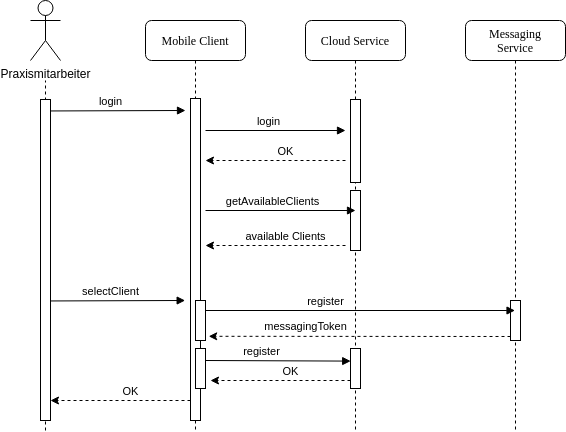
jsvilling/IP6_Bachelorarbeit_Bericht_Cloudbasiertes_Praxisrufsystem keeps this draw.io diagram as src/graphics/diagramms/Sequence_Registration.png. Above is the earlier version. Source tidied: cells renumbered, new cells last; positions are measured from the earlier drawing's top-left corner, leaving out a move shared by most shapes.
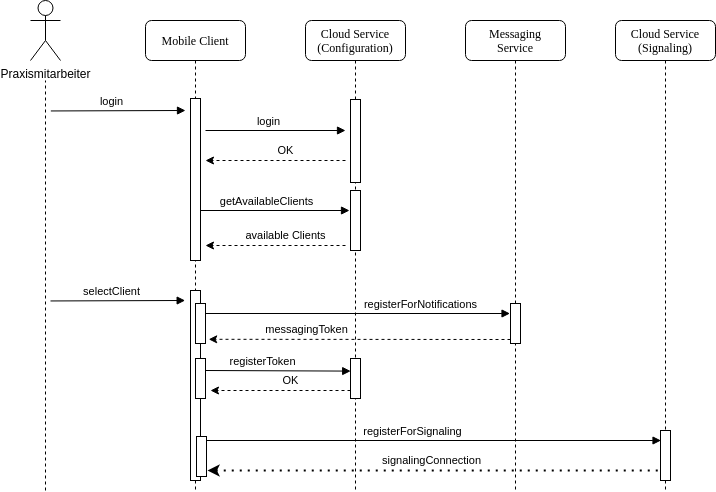
After the commit.

Commit message:
Fix sequence connect establish

What changed in the source:
```diff
@@ -2,20 +2,43 @@
   <root>
     <mxCell id="0" />
     <mxCell id="1" parent="0" />
+    <mxCell id="15" value="getAvailableClients" style="html=1;verticalAlign=bottom;endArrow=block;" parent="1" edge="1">
+      <mxGeometry x="-0.1" relative="1" as="geometry">
+        <mxPoint x="169" y="210" as="sourcePoint" />
+        <mxPoint x="319" y="210" as="targetPoint" />
+      </mxGeometry>
+    </mxCell>
+    <mxCell id="21" value="registerForNotifications" style="html=1;verticalAlign=bottom;endArrow=block;" parent="1" edge="1">
+      <mxGeometry x="0.42" relative="1" as="geometry">
+        <mxPoint x="170" y="313" as="sourcePoint" />
+        <mxPoint x="479.5" y="313" as="targetPoint" />
+      </mxGeometry>
+    </mxCell>
     <mxCell id="2" value="Mobile Client" style="shape=umlLifeline;perimeter=lifelinePerimeter;whiteSpace=wrap;html=1;outlineConnect=0;rounded=1;shadow=0;comic=0;labelBackgroundColor=none;strokeWidth=1;fontFamily=Verdana;fontSize=12;align=center;" parent="1" vertex="1">
-      <mxGeometry x="115" y="20" width="100" height="410" as="geometry" />
+      <mxGeometry x="115" y="20" width="100" height="470" as="geometry" />
     </mxCell>
     <mxCell id="3" style="html=1;perimeter=orthogonalPerimeter;rounded=0;shadow=0;comic=0;labelBackgroundColor=none;strokeWidth=1;fontFamily=Verdana;fontSize=12;align=center;" parent="2" vertex="1">
-      <mxGeometry x="45" y="78" width="10" height="322" as="geometry" />
+      <mxGeometry x="45" y="78" width="10" height="162" as="geometry" />
     </mxCell>
+    <mxCell id="31" value="registerForSignaling" style="html=1;verticalAlign=bottom;endArrow=block;" parent="2" edge="1" source="2">
+      <mxGeometry x="-0.07" relative="1" as="geometry">
+        <mxPoint x="515.5" y="420" as="targetPoint" />
+      </mxGeometry>
+    </mxCell>
+    <mxCell id="32" style="html=1;perimeter=orthogonalPerimeter;rounded=0;shadow=0;comic=0;labelBackgroundColor=none;strokeWidth=1;fontFamily=Verdana;fontSize=12;align=center;" parent="2" vertex="1">
+      <mxGeometry x="45" y="270" width="10" height="190" as="geometry" />
+    </mxCell>
+    <mxCell id="33" style="html=1;perimeter=orthogonalPerimeter;rounded=0;shadow=0;comic=0;labelBackgroundColor=none;strokeWidth=1;fontFamily=Verdana;fontSize=12;align=center;" parent="2" vertex="1">
+      <mxGeometry x="51" y="416" width="10" height="40" as="geometry" />
+    </mxCell>
-    <mxCell id="4" value="Cloud Service" style="shape=umlLifeline;perimeter=lifelinePerimeter;whiteSpace=wrap;html=1;rounded=1;shadow=0;comic=0;labelBackgroundColor=none;strokeWidth=1;fontFamily=Verdana;fontSize=12;align=center;" parent="1" vertex="1">
-      <mxGeometry x="275" y="20" width="100" height="410" as="geometry" />
+    <mxCell id="4" value="Cloud Service&lt;br&gt;(Configuration)" style="shape=umlLifeline;perimeter=lifelinePerimeter;whiteSpace=wrap;html=1;rounded=1;shadow=0;comic=0;labelBackgroundColor=none;strokeWidth=1;fontFamily=Verdana;fontSize=12;align=center;" parent="1" vertex="1">
+      <mxGeometry x="275" y="20" width="100" height="470" as="geometry" />
     </mxCell>
     <mxCell id="5" style="html=1;perimeter=orthogonalPerimeter;rounded=0;shadow=0;comic=0;labelBackgroundColor=none;strokeWidth=1;fontFamily=Verdana;fontSize=12;align=center;" parent="4" vertex="1">
       <mxGeometry x="45" y="170" width="10" height="60" as="geometry" />
     </mxCell>
     <mxCell id="6" value="Messaging&lt;br&gt;Service" style="shape=umlLifeline;perimeter=lifelinePerimeter;whiteSpace=wrap;html=1;outlineConnect=0;rounded=1;shadow=0;comic=0;labelBackgroundColor=none;strokeWidth=1;fontFamily=Verdana;fontSize=12;align=center;" parent="1" vertex="1">
-      <mxGeometry x="435" y="20" width="100" height="410" as="geometry" />
+      <mxGeometry x="435" y="20" width="100" height="470" as="geometry" />
     </mxCell>
     <mxCell id="7" value="login" style="html=1;verticalAlign=bottom;endArrow=block;exitX=1.034;exitY=0.016;exitDx=0;exitDy=0;exitPerimeter=0;" parent="1" edge="1">
       <mxGeometry x="-0.1" relative="1" as="geometry">
@@ -39,13 +62,10 @@
     </mxCell>
     <mxCell id="11" style="endArrow=none;dashed=1;html=1;strokeWidth=1;startArrow=none;" parent="1" edge="1">
       <mxGeometry relative="1" as="geometry">
-        <mxPoint x="15" y="430" as="sourcePoint" />
+        <mxPoint x="15" y="490" as="sourcePoint" />
         <mxPoint x="15" y="80" as="targetPoint" />
       </mxGeometry>
     </mxCell>
-    <mxCell id="12" style="html=1;perimeter=orthogonalPerimeter;rounded=0;shadow=0;comic=0;labelBackgroundColor=none;strokeWidth=1;fontFamily=Verdana;fontSize=12;align=center;" parent="1" vertex="1">
-      <mxGeometry x="10" y="99" width="10" height="321" as="geometry" />
-    </mxCell>
     <mxCell id="13" value="Praxismitarbeiter" style="shape=umlActor;verticalLabelPosition=bottom;verticalAlign=top;html=1;" parent="1" vertex="1">
       <mxGeometry width="30" height="60" as="geometry" />
     </mxCell>
@@ -55,12 +75,6 @@
         <mxPoint x="315" y="130" as="targetPoint" />
       </mxGeometry>
     </mxCell>
-    <mxCell id="15" value="getAvailableClients" style="html=1;verticalAlign=bottom;endArrow=block;" parent="1" edge="1">
-      <mxGeometry x="-0.1" relative="1" as="geometry">
-        <mxPoint x="175" y="210" as="sourcePoint" />
-        <mxPoint x="325" y="210" as="targetPoint" />
-      </mxGeometry>
-    </mxCell>
     <mxCell id="16" style="endArrow=classic;html=1;dashed=1;" parent="1" edge="1">
       <mxGeometry relative="1" as="geometry">
         <mxPoint x="315" y="245" as="sourcePoint" />
@@ -73,7 +87,7 @@
       </mxGeometry>
     </mxCell>
     <mxCell id="18" style="html=1;points=[];perimeter=orthogonalPerimeter;rounded=0;shadow=0;comic=0;labelBackgroundColor=none;strokeWidth=1;fontFamily=Verdana;fontSize=12;align=center;" parent="1" vertex="1">
-      <mxGeometry x="165" y="300" width="10" height="40" as="geometry" />
+      <mxGeometry x="165" y="303" width="10" height="40" as="geometry" />
     </mxCell>
     <mxCell id="19" value="selectClient" style="html=1;verticalAlign=bottom;endArrow=block;exitX=1.034;exitY=0.016;exitDx=0;exitDy=0;exitPerimeter=0;" parent="1" edge="1">
       <mxGeometry x="-0.1" relative="1" as="geometry">
@@ -82,16 +96,11 @@
       </mxGeometry>
     </mxCell>
     <mxCell id="20" style="html=1;perimeter=orthogonalPerimeter;rounded=0;shadow=0;comic=0;labelBackgroundColor=none;strokeWidth=1;fontFamily=Verdana;fontSize=12;align=center;" parent="1" vertex="1">
-      <mxGeometry x="480" y="300" width="10" height="40" as="geometry" />
+      <mxGeometry x="480" y="303" width="10" height="40" as="geometry" />
     </mxCell>
-    <mxCell id="21" value="register" style="html=1;verticalAlign=bottom;endArrow=block;" parent="1" edge="1" target="6">
-      <mxGeometry x="-0.22" relative="1" as="geometry">
-        <mxPoint x="175" y="310" as="sourcePoint" />
-      </mxGeometry>
-    </mxCell>
     <mxCell id="22" style="endArrow=classic;html=1;dashed=1;entryX=1.32;entryY=0.895;entryDx=0;entryDy=0;entryPerimeter=0;" parent="1" edge="1" target="18">
       <mxGeometry relative="1" as="geometry">
-        <mxPoint x="480" y="336" as="sourcePoint" />
+        <mxPoint x="480" y="339" as="sourcePoint" />
       </mxGeometry>
     </mxCell>
     <mxCell id="23" value="messagingToken" style="edgeLabel;html=1;align=center;verticalAlign=middle;" parent="22" vertex="1">
@@ -100,20 +109,20 @@
       </mxGeometry>
     </mxCell>
     <mxCell id="24" style="html=1;perimeter=orthogonalPerimeter;rounded=0;shadow=0;comic=0;labelBackgroundColor=none;strokeWidth=1;fontFamily=Verdana;fontSize=12;align=center;" parent="1" vertex="1">
-      <mxGeometry x="165" y="348" width="10" height="40" as="geometry" />
+      <mxGeometry x="165" y="358" width="10" height="40" as="geometry" />
     </mxCell>
-    <mxCell id="25" value="register" style="html=1;verticalAlign=bottom;endArrow=block;entryX=0.02;entryY=0.315;entryDx=0;entryDy=0;entryPerimeter=0;" parent="1" edge="1" target="26">
+    <mxCell id="25" value="registerToken" style="html=1;verticalAlign=bottom;endArrow=block;entryX=0.02;entryY=0.315;entryDx=0;entryDy=0;entryPerimeter=0;" parent="1" edge="1" target="26">
       <mxGeometry x="-0.22" relative="1" as="geometry">
-        <mxPoint x="175" y="360" as="sourcePoint" />
+        <mxPoint x="175" y="370" as="sourcePoint" />
       </mxGeometry>
     </mxCell>
     <mxCell id="26" style="html=1;points=[];perimeter=orthogonalPerimeter;rounded=0;shadow=0;comic=0;labelBackgroundColor=none;strokeWidth=1;fontFamily=Verdana;fontSize=12;align=center;" parent="1" vertex="1">
-      <mxGeometry x="320" y="348" width="10" height="40" as="geometry" />
+      <mxGeometry x="320" y="358" width="10" height="40" as="geometry" />
     </mxCell>
     <mxCell id="27" style="endArrow=classic;html=1;dashed=1;" parent="1" edge="1">
       <mxGeometry relative="1" as="geometry">
-        <mxPoint x="320" y="380" as="sourcePoint" />
-        <mxPoint x="180" y="380" as="targetPoint" />
+        <mxPoint x="320" y="390" as="sourcePoint" />
+        <mxPoint x="180" y="390" as="targetPoint" />
       </mxGeometry>
     </mxCell>
     <mxCell id="28" value="OK" style="edgeLabel;html=1;align=center;verticalAlign=middle;" parent="27" vertex="1">
@@ -121,16 +130,21 @@
         <mxPoint x="1" y="-11" as="offset" />
       </mxGeometry>
     </mxCell>
-    <mxCell id="29" style="endArrow=classic;html=1;dashed=1;" parent="1" edge="1">
-      <mxGeometry relative="1" as="geometry">
-        <mxPoint x="160" y="400" as="sourcePoint" />
-        <mxPoint x="20" y="400" as="targetPoint" />
-      </mxGeometry>
-    </mxCell>
-    <mxCell id="30" value="OK" style="edgeLabel;html=1;align=center;verticalAlign=middle;" parent="29" vertex="1">
-      <mxGeometry x="-0.11" y="1" relative="1" as="geometry">
-        <mxPoint x="1" y="-11" as="offset" />
-      </mxGeometry>
-    </mxCell>
+    <mxCell id="34" value="Cloud Service&lt;br&gt;(Signaling)" style="shape=umlLifeline;perimeter=lifelinePerimeter;whiteSpace=wrap;html=1;rounded=1;shadow=0;comic=0;labelBackgroundColor=none;strokeWidth=1;fontFamily=Verdana;fontSize=12;align=center;" parent="1" vertex="1">
+      <mxGeometry x="585" y="20" width="100" height="470" as="geometry" />
+    </mxCell>
+    <mxCell id="35" style="endArrow=none;dashed=1;html=1;dashPattern=1 3;strokeWidth=2;rounded=0;endFill=0;startArrow=classic;startFill=1;" parent="34" edge="1" target="37">
+      <mxGeometry relative="1" as="geometry">
+        <mxPoint x="-408" y="450" as="sourcePoint" />
+      </mxGeometry>
+    </mxCell>
+    <mxCell id="36" value="signalingConnection" style="edgeLabel;html=1;align=center;verticalAlign=middle;" parent="35" vertex="1">
+      <mxGeometry x="0.12" y="-1" relative="1" as="geometry">
+        <mxPoint x="-29" y="-11" as="offset" />
+      </mxGeometry>
+    </mxCell>
+    <mxCell id="37" style="html=1;points=[];perimeter=orthogonalPerimeter;rounded=0;shadow=0;comic=0;labelBackgroundColor=none;strokeWidth=1;fontFamily=Verdana;fontSize=12;align=center;" parent="34" vertex="1">
+      <mxGeometry x="45" y="410" width="10" height="50" as="geometry" />
+    </mxCell>
   </root>
 </mxGraphModel>
```
